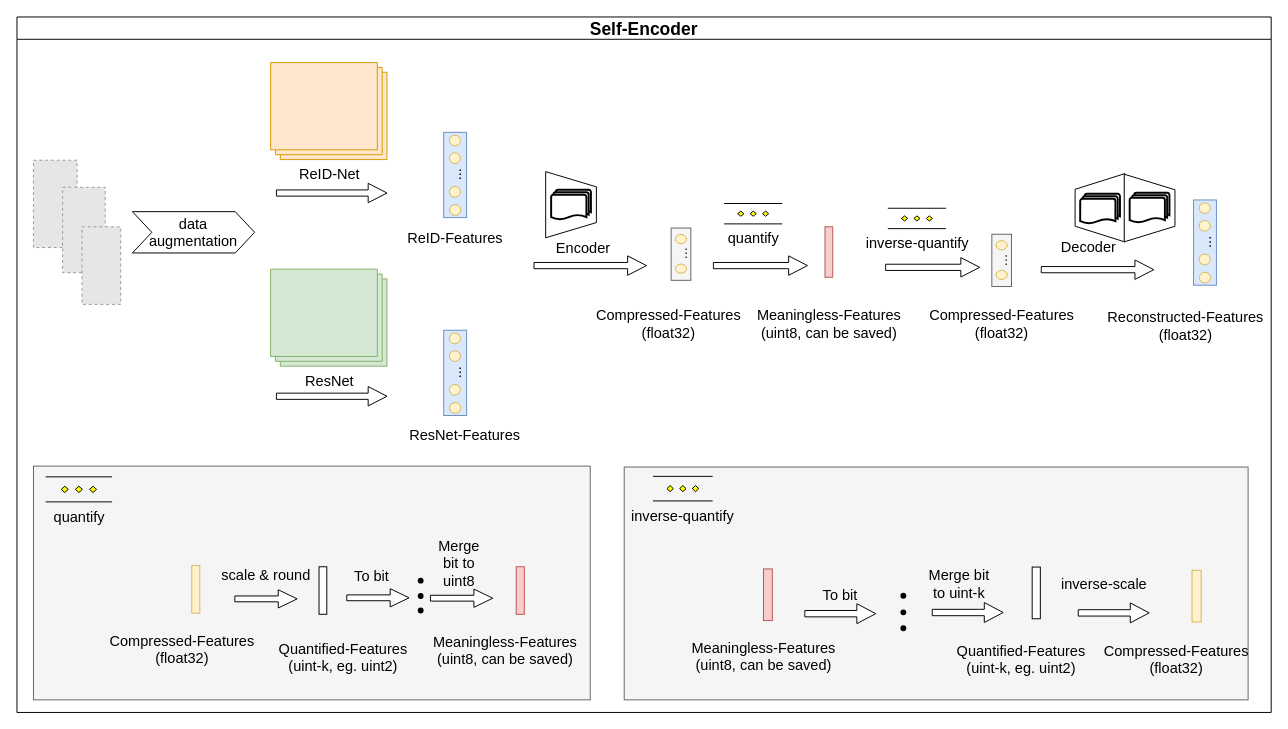
The draw.io diagram naic-ae-net.drawio in Wu-Xiang123/Hello-GItHub, before the edit. Source tidied: cells renumbered, new cells numbered last; positions are measured from the earlier drawing's top-left corner, leaving out a move shared by most shapes. Both pictures are drawn from the tidied source at 97%, with x=0, y=0 at pixel (16, 16). Pictures stored in the file or linked from it are replaced by grey dashed boxes.
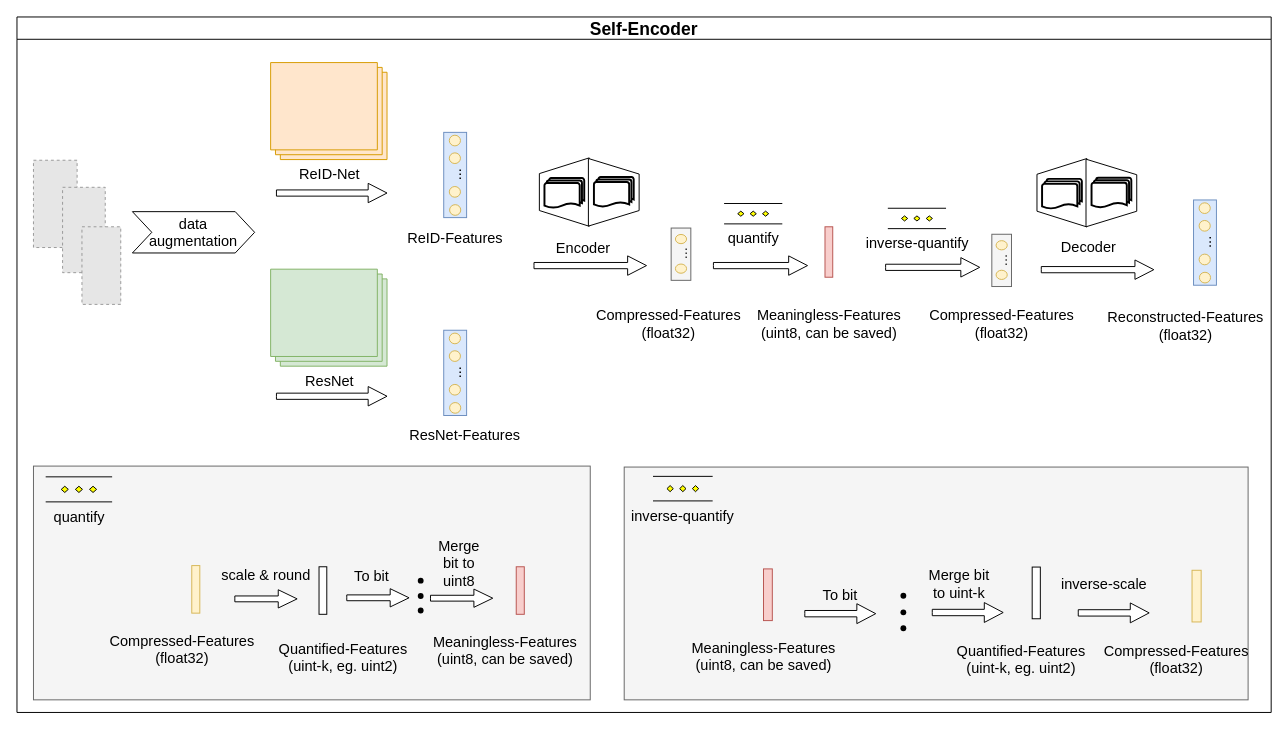
After the change.

The change refers to these unchanged cells:
```xml
<mxCell id="2" value="Self-Encoder" style="swimlane;fontSize=18;" parent="1" vertex="1">
  <mxGeometry width="1293" height="717" as="geometry" />
</mxCell>
<mxCell id="40" style="group;fontSize=15;" parent="2" vertex="1">
  <mxGeometry x="1055" y="167.4" width="225.2" height="160.6" as="geometry" />
</mxCell>
```

The edit, as a diff of the source:
```diff
@@
-    <mxCell id="14" style="verticalLabelPosition=middle;verticalAlign=middle;html=1;shape=trapezoid;perimeter=trapezoidPerimeter;whiteSpace=wrap;size=0.23;arcSize=10;flipV=1;labelPosition=center;align=center;rotation=-90;fontSize=15;" parent="2" vertex="1">
-      <mxGeometry x="537.1" y="167.4" width="68.2" height="52.3" as="geometry" />
-    </mxCell>
@@
-    <mxCell id="33" style="strokeWidth=2;html=1;shape=mxgraph.flowchart.multi-document;whiteSpace=wrap;fontSize=15;" parent="2" vertex="1">
-      <mxGeometry x="550.7" y="178.1" width="41" height="31" as="geometry" />
-    </mxCell>
@@
-    <mxCell id="42" style="verticalLabelPosition=middle;verticalAlign=middle;html=1;shape=trapezoid;perimeter=trapezoidPerimeter;whiteSpace=wrap;size=0.23;arcSize=10;flipV=1;labelPosition=center;align=center;rotation=90;fontSize=15;" parent="40" vertex="1">
-      <mxGeometry x="26.3" y="3.6" width="70.5" height="51.4" as="geometry" />
-    </mxCell>
@@
-    <mxCell id="51" style="strokeWidth=2;html=1;shape=mxgraph.flowchart.multi-document;whiteSpace=wrap;fontSize=15;" parent="40" vertex="1">
-      <mxGeometry x="41.1" y="14.9" width="41" height="31" as="geometry" />
-    </mxCell>
-    <mxCell id="52" style="verticalLabelPosition=middle;verticalAlign=middle;html=1;shape=trapezoid;perimeter=trapezoidPerimeter;whiteSpace=wrap;size=0.23;arcSize=10;flipV=1;labelPosition=center;align=center;rotation=-90;fontSize=15;" parent="40" vertex="1">
-      <mxGeometry x="77.8" y="3.4" width="69.7" height="52.3" as="geometry" />
-    </mxCell>
-    <mxCell id="53" style="strokeWidth=2;html=1;shape=mxgraph.flowchart.multi-document;whiteSpace=wrap;fontSize=15;" parent="40" vertex="1">
-      <mxGeometry x="92.1" y="13.8" width="41" height="31" as="geometry" />
-    </mxCell>
@@
+    <mxCell id="42" style="verticalLabelPosition=middle;verticalAlign=middle;html=1;shape=trapezoid;perimeter=trapezoidPerimeter;whiteSpace=wrap;size=0.23;arcSize=10;flipV=1;labelPosition=center;align=center;rotation=90;fontSize=15;" parent="2" vertex="1">
+      <mxGeometry x="1042" y="155.5" width="70.5" height="51.4" as="geometry" />
+    </mxCell>
+    <mxCell id="51" style="strokeWidth=2;html=1;shape=mxgraph.flowchart.multi-document;whiteSpace=wrap;fontSize=15;" parent="2" vertex="1">
+      <mxGeometry x="1056.8" y="166.9" width="41" height="31" as="geometry" />
+    </mxCell>
+    <mxCell id="52" style="verticalLabelPosition=middle;verticalAlign=middle;html=1;shape=trapezoid;perimeter=trapezoidPerimeter;whiteSpace=wrap;size=0.23;arcSize=10;flipV=1;labelPosition=center;align=center;rotation=-90;fontSize=15;" parent="2" vertex="1">
+      <mxGeometry x="1093.4" y="155.3" width="69.7" height="52.3" as="geometry" />
+    </mxCell>
+    <mxCell id="53" style="strokeWidth=2;html=1;shape=mxgraph.flowchart.multi-document;whiteSpace=wrap;fontSize=15;" parent="2" vertex="1">
+      <mxGeometry x="1107.8" y="165.7" width="41" height="31" as="geometry" />
+    </mxCell>
+    <mxCell id="95" style="verticalLabelPosition=middle;verticalAlign=middle;html=1;shape=trapezoid;perimeter=trapezoidPerimeter;whiteSpace=wrap;size=0.23;arcSize=10;flipV=1;labelPosition=center;align=center;rotation=90;fontSize=15;" parent="2" vertex="1">
+      <mxGeometry x="529" y="154.8" width="70.5" height="51.4" as="geometry" />
+    </mxCell>
+    <mxCell id="96" style="strokeWidth=2;html=1;shape=mxgraph.flowchart.multi-document;whiteSpace=wrap;fontSize=15;" parent="2" vertex="1">
+      <mxGeometry x="543.8" y="166.1" width="41" height="31" as="geometry" />
+    </mxCell>
+    <mxCell id="97" style="verticalLabelPosition=middle;verticalAlign=middle;html=1;shape=trapezoid;perimeter=trapezoidPerimeter;whiteSpace=wrap;size=0.23;arcSize=10;flipV=1;labelPosition=center;align=center;rotation=-90;fontSize=15;" parent="2" vertex="1">
+      <mxGeometry x="580.4" y="154.6" width="69.7" height="52.3" as="geometry" />
+    </mxCell>
+    <mxCell id="98" style="strokeWidth=2;html=1;shape=mxgraph.flowchart.multi-document;whiteSpace=wrap;fontSize=15;" parent="2" vertex="1">
+      <mxGeometry x="594.8" y="165" width="41" height="31" as="geometry" />
+    </mxCell>
```
